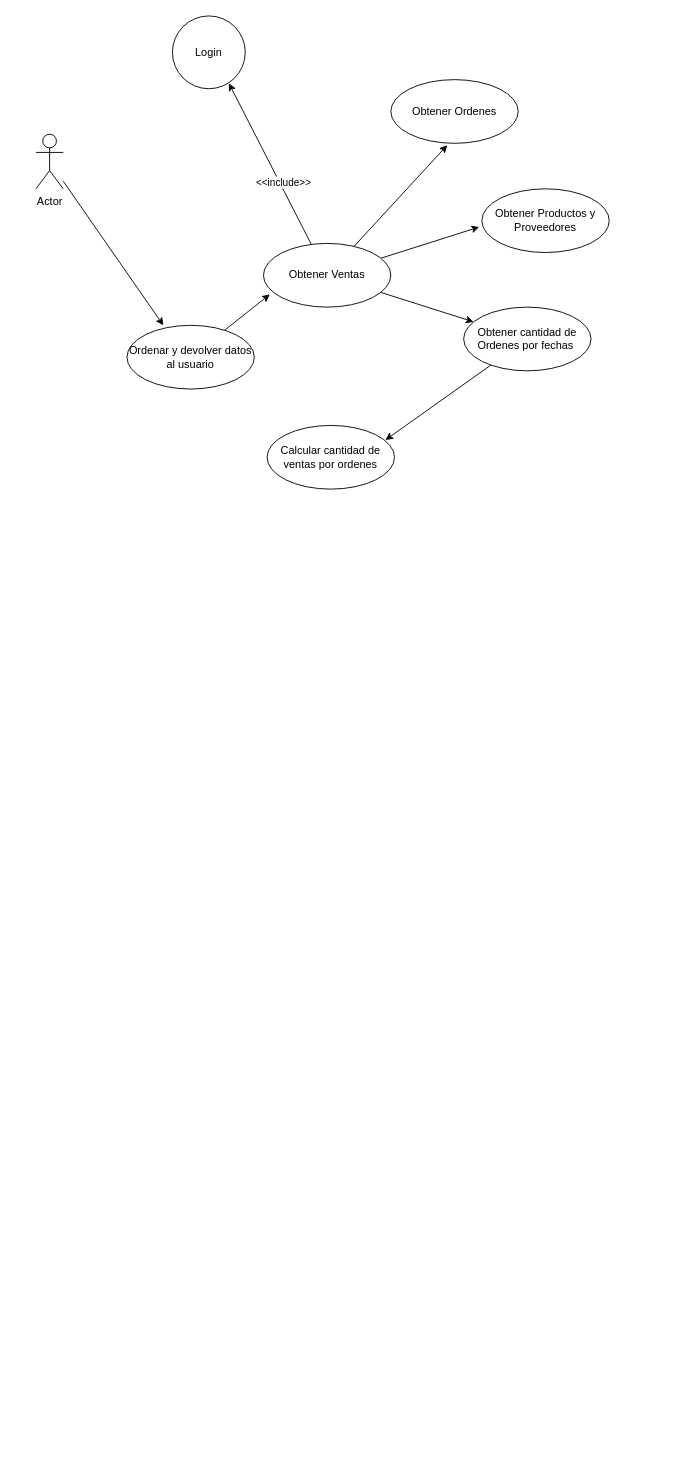
Earlier version of the draw.io diagram diagramas/Diagrama de casos de usos.drawio (devcubamodela/gestion.cubamodela). Source tidied: cells renumbered, new cells numbered last; positions are measured from the earlier drawing's top-left corner, leaving out a move shared by most shapes. Both pictures are drawn from the tidied source at 91%, with x=0, y=0 at pixel (35, 15).
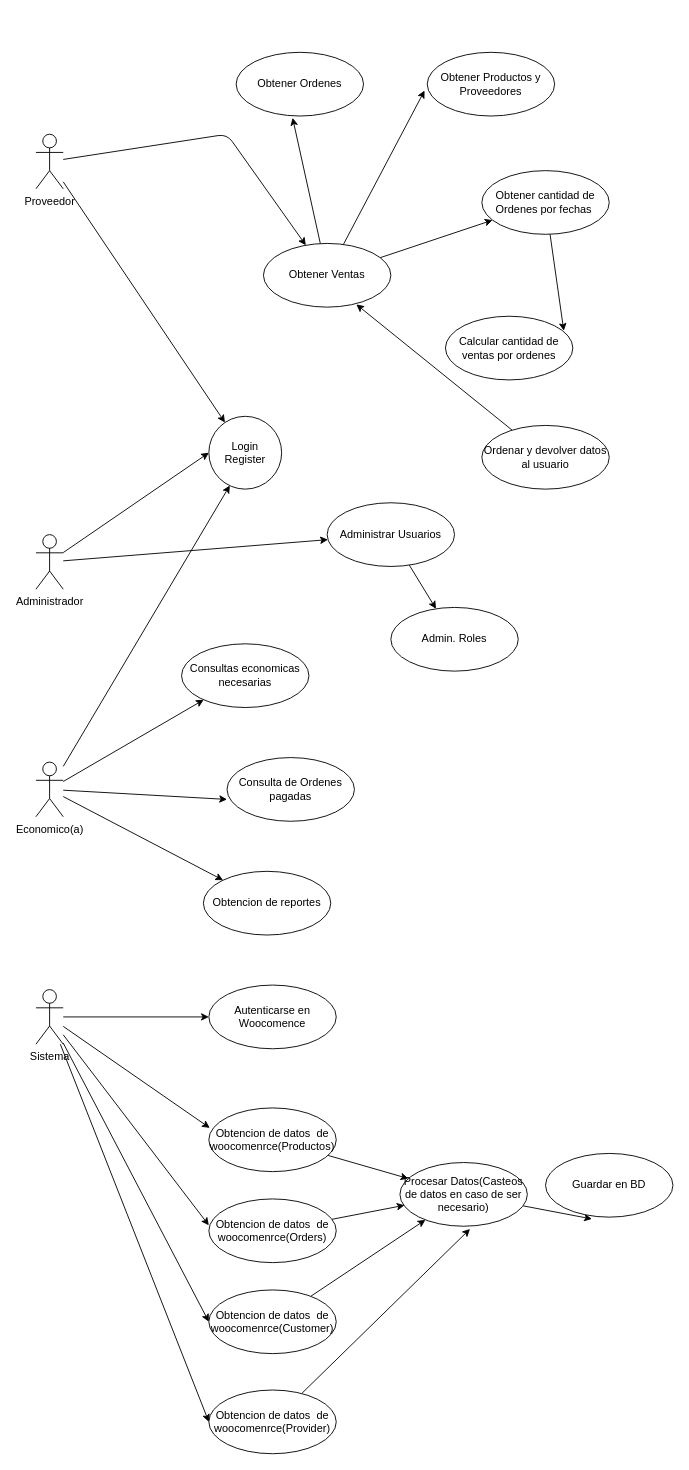
Above is the later version.

The change refers to these unchanged cells:
```xml
<mxCell id="10" value="Obtener Ventas" style="ellipse;whiteSpace=wrap;html=1;" parent="1" vertex="1">
  <mxGeometry x="250" y="250" width="140" height="70" as="geometry" />
</mxCell>
```

Diff of the diagram source:
```diff
@@
-    <mxCell id="2" style="edgeStyle=none;html=1;entryX=0.286;entryY=0;entryDx=0;entryDy=0;entryPerimeter=0;" parent="1" edge="1" source="3" target="17">
+    <mxCell id="2" style="edgeStyle=none;html=1;" parent="1" edge="1" source="3" target="4">
       <mxGeometry relative="1" as="geometry" />
     </mxCell>
+    <mxCell id="18" style="edgeStyle=none;html=1;" parent="1" edge="1" source="3" target="10">
+      <mxGeometry relative="1" as="geometry">
+        <Array as="points">
+          <mxPoint x="210" y="130" />
+        </Array>
+      </mxGeometry>
+    </mxCell>
-    <mxCell id="3" value="Actor" style="shape=umlActor;verticalLabelPosition=bottom;verticalAlign=top;html=1;" parent="1" vertex="1">
+    <mxCell id="3" value="Proveedor&lt;br&gt;" style="shape=umlActor;verticalLabelPosition=bottom;verticalAlign=top;html=1;" parent="1" vertex="1">
       <mxGeometry y="130" width="30" height="60" as="geometry" />
     </mxCell>
-    <mxCell id="4" value="Login" style="ellipse;whiteSpace=wrap;html=1;" parent="1" vertex="1">
-      <mxGeometry x="150" width="80" height="80" as="geometry" />
+    <mxCell id="4" value="Login&lt;br&gt;Register" style="ellipse;whiteSpace=wrap;html=1;" parent="1" vertex="1">
+      <mxGeometry x="190" y="440" width="80" height="80" as="geometry" />
     </mxCell>
-    <mxCell id="5" style="edgeStyle=none;html=1;entryX=0.775;entryY=0.925;entryDx=0;entryDy=0;entryPerimeter=0;" parent="1" edge="1" source="10" target="4">
-      <mxGeometry relative="1" as="geometry" />
-    </mxCell>
-    <mxCell id="6" value="&amp;lt;&amp;lt;include&amp;gt;&amp;gt;" style="edgeLabel;html=1;align=center;verticalAlign=middle;" parent="5" vertex="1">
-      <mxGeometry x="-0.25" y="-3" relative="1" as="geometry" />
-    </mxCell>
@@
     <mxCell id="11" value="Obtener Ordenes" style="ellipse;whiteSpace=wrap;html=1;" parent="1" vertex="1">
-      <mxGeometry x="390" y="70" width="140" height="70" as="geometry" />
+      <mxGeometry x="220" y="40" width="140" height="70" as="geometry" />
     </mxCell>
     <mxCell id="12" value="Obtener Productos y Proveedores" style="ellipse;whiteSpace=wrap;html=1;" parent="1" vertex="1">
-      <mxGeometry x="490" y="190" width="140" height="70" as="geometry" />
+      <mxGeometry x="430" y="40" width="140" height="70" as="geometry" />
     </mxCell>
@@
     <mxCell id="14" value="Obtener cantidad de Ordenes por fechas&amp;nbsp;" style="ellipse;whiteSpace=wrap;html=1;" parent="1" vertex="1">
-      <mxGeometry x="470" y="320" width="140" height="70" as="geometry" />
+      <mxGeometry x="490" y="170" width="140" height="70" as="geometry" />
     </mxCell>
     <mxCell id="15" value="Calcular cantidad de ventas por ordenes" style="ellipse;whiteSpace=wrap;html=1;" parent="1" vertex="1">
-      <mxGeometry x="254" y="450" width="140" height="70" as="geometry" />
+      <mxGeometry x="450" y="330" width="140" height="70" as="geometry" />
     </mxCell>
-    <mxCell id="16" style="edgeStyle=none;html=1;entryX=0.05;entryY=0.8;entryDx=0;entryDy=0;entryPerimeter=0;" parent="1" edge="1" source="17" target="10">
+    <mxCell id="16" style="edgeStyle=none;html=1;entryX=0.729;entryY=0.957;entryDx=0;entryDy=0;entryPerimeter=0;" parent="1" edge="1" source="17" target="10">
       <mxGeometry relative="1" as="geometry" />
     </mxCell>
     <mxCell id="17" value="Ordenar y devolver datos al usuario" style="ellipse;whiteSpace=wrap;html=1;" parent="1" vertex="1">
-      <mxGeometry x="100" y="340" width="140" height="70" as="geometry" />
+      <mxGeometry x="490" y="450" width="140" height="70" as="geometry" />
     </mxCell>
+    <mxCell id="19" style="edgeStyle=none;html=1;entryX=0;entryY=0.5;entryDx=0;entryDy=0;" parent="1" edge="1" source="21" target="4">
+      <mxGeometry relative="1" as="geometry" />
+    </mxCell>
+    <mxCell id="20" style="edgeStyle=none;html=1;" parent="1" edge="1" source="21" target="23">
+      <mxGeometry relative="1" as="geometry" />
+    </mxCell>
+    <mxCell id="21" value="Administrador" style="shape=umlActor;verticalLabelPosition=bottom;verticalAlign=top;html=1;" parent="1" vertex="1">
+      <mxGeometry y="570" width="30" height="60" as="geometry" />
+    </mxCell>
+    <mxCell id="22" style="edgeStyle=none;html=1;" parent="1" edge="1" source="23" target="31">
+      <mxGeometry relative="1" as="geometry" />
+    </mxCell>
+    <mxCell id="23" value="Administrar Usuarios" style="ellipse;whiteSpace=wrap;html=1;" parent="1" vertex="1">
+      <mxGeometry x="320" y="535" width="140" height="70" as="geometry" />
+    </mxCell>
+    <mxCell id="24" style="edgeStyle=none;html=1;" parent="1" edge="1" source="28" target="30">
+      <mxGeometry relative="1" as="geometry" />
+    </mxCell>
+    <mxCell id="25" style="edgeStyle=none;html=1;entryX=0;entryY=0.657;entryDx=0;entryDy=0;entryPerimeter=0;" parent="1" edge="1" source="28" target="29">
+      <mxGeometry relative="1" as="geometry" />
+    </mxCell>
+    <mxCell id="26" style="edgeStyle=none;html=1;entryX=0.288;entryY=0.95;entryDx=0;entryDy=0;entryPerimeter=0;" parent="1" edge="1" source="28" target="4">
+      <mxGeometry relative="1" as="geometry" />
+    </mxCell>
+    <mxCell id="27" style="edgeStyle=none;html=1;" parent="1" edge="1" source="28" target="32">
+      <mxGeometry relative="1" as="geometry" />
+    </mxCell>
+    <mxCell id="28" value="Economico(a)" style="shape=umlActor;verticalLabelPosition=bottom;verticalAlign=top;html=1;" parent="1" vertex="1">
+      <mxGeometry y="820" width="30" height="60" as="geometry" />
+    </mxCell>
+    <mxCell id="29" value="Consulta de Ordenes pagadas" style="ellipse;whiteSpace=wrap;html=1;" parent="1" vertex="1">
+      <mxGeometry x="210" y="815" width="140" height="70" as="geometry" />
+    </mxCell>
+    <mxCell id="30" value="Consultas economicas necesarias" style="ellipse;whiteSpace=wrap;html=1;" parent="1" vertex="1">
+      <mxGeometry x="160" y="690" width="140" height="70" as="geometry" />
+    </mxCell>
+    <mxCell id="31" value="Admin. Roles" style="ellipse;whiteSpace=wrap;html=1;" parent="1" vertex="1">
+      <mxGeometry x="390" y="650" width="140" height="70" as="geometry" />
+    </mxCell>
+    <mxCell id="32" value="Obtencion de reportes" style="ellipse;whiteSpace=wrap;html=1;" parent="1" vertex="1">
+      <mxGeometry x="184" y="940" width="140" height="70" as="geometry" />
+    </mxCell>
+    <mxCell id="33" style="edgeStyle=none;html=1;entryX=0;entryY=0.5;entryDx=0;entryDy=0;" parent="1" edge="1" source="38" target="39">
+      <mxGeometry relative="1" as="geometry" />
+    </mxCell>
+    <mxCell id="34" style="edgeStyle=none;html=1;entryX=0.007;entryY=0.314;entryDx=0;entryDy=0;entryPerimeter=0;" parent="1" edge="1" source="38" target="41">
+      <mxGeometry relative="1" as="geometry" />
+    </mxCell>
+    <mxCell id="35" style="edgeStyle=none;html=1;entryX=0;entryY=0.414;entryDx=0;entryDy=0;entryPerimeter=0;" parent="1" edge="1" source="38" target="46">
+      <mxGeometry relative="1" as="geometry" />
+    </mxCell>
+    <mxCell id="36" style="edgeStyle=none;html=1;entryX=0;entryY=0.5;entryDx=0;entryDy=0;" parent="1" edge="1" source="38" target="48">
+      <mxGeometry relative="1" as="geometry" />
+    </mxCell>
+    <mxCell id="37" style="edgeStyle=none;html=1;entryX=0;entryY=0.5;entryDx=0;entryDy=0;" parent="1" edge="1" source="38" target="50">
+      <mxGeometry relative="1" as="geometry" />
+    </mxCell>
+    <mxCell id="38" value="Sistema" style="shape=umlActor;verticalLabelPosition=bottom;verticalAlign=top;html=1;" parent="1" vertex="1">
+      <mxGeometry y="1070" width="30" height="60" as="geometry" />
+    </mxCell>
+    <mxCell id="39" value="Autenticarse en Woocomence" style="ellipse;whiteSpace=wrap;html=1;" parent="1" vertex="1">
+      <mxGeometry x="190" y="1065" width="140" height="70" as="geometry" />
+    </mxCell>
+    <mxCell id="40" style="edgeStyle=none;html=1;" parent="1" edge="1" source="41" target="43">
+      <mxGeometry relative="1" as="geometry" />
+    </mxCell>
+    <mxCell id="41" value="Obtencion de datos&amp;nbsp; de woocomenrce(Productos)" style="ellipse;whiteSpace=wrap;html=1;" parent="1" vertex="1">
+      <mxGeometry x="190" y="1200" width="140" height="70" as="geometry" />
+    </mxCell>
+    <mxCell id="42" style="edgeStyle=none;html=1;entryX=0.364;entryY=1.029;entryDx=0;entryDy=0;entryPerimeter=0;" parent="1" edge="1" source="43" target="44">
+      <mxGeometry relative="1" as="geometry" />
+    </mxCell>
+    <mxCell id="43" value="Procesar Datos(Casteos de datos en caso de ser necesario)" style="ellipse;whiteSpace=wrap;html=1;" parent="1" vertex="1">
+      <mxGeometry x="400" y="1260" width="140" height="70" as="geometry" />
+    </mxCell>
+    <mxCell id="44" value="Guardar en BD" style="ellipse;whiteSpace=wrap;html=1;" parent="1" vertex="1">
+      <mxGeometry x="560" y="1250" width="140" height="70" as="geometry" />
+    </mxCell>
+    <mxCell id="45" style="edgeStyle=none;html=1;entryX=0.036;entryY=0.671;entryDx=0;entryDy=0;entryPerimeter=0;" parent="1" edge="1" source="46" target="43">
+      <mxGeometry relative="1" as="geometry" />
+    </mxCell>
+    <mxCell id="46" value="Obtencion de datos&amp;nbsp; de woocomenrce(Orders)" style="ellipse;whiteSpace=wrap;html=1;" parent="1" vertex="1">
+      <mxGeometry x="190" y="1300" width="140" height="70" as="geometry" />
+    </mxCell>
+    <mxCell id="47" style="edgeStyle=none;html=1;" parent="1" edge="1" source="48" target="43">
+      <mxGeometry relative="1" as="geometry" />
+    </mxCell>
+    <mxCell id="48" value="Obtencion de datos&amp;nbsp; de woocomenrce(Customer)" style="ellipse;whiteSpace=wrap;html=1;" parent="1" vertex="1">
+      <mxGeometry x="190" y="1400" width="140" height="70" as="geometry" />
+    </mxCell>
+    <mxCell id="49" style="edgeStyle=none;html=1;entryX=0.55;entryY=1.043;entryDx=0;entryDy=0;entryPerimeter=0;" parent="1" edge="1" source="50" target="43">
+      <mxGeometry relative="1" as="geometry" />
+    </mxCell>
+    <mxCell id="50" value="Obtencion de datos&amp;nbsp; de woocomenrce(Provider)" style="ellipse;whiteSpace=wrap;html=1;" parent="1" vertex="1">
+      <mxGeometry x="190" y="1510" width="140" height="70" as="geometry" />
+    </mxCell>
```
